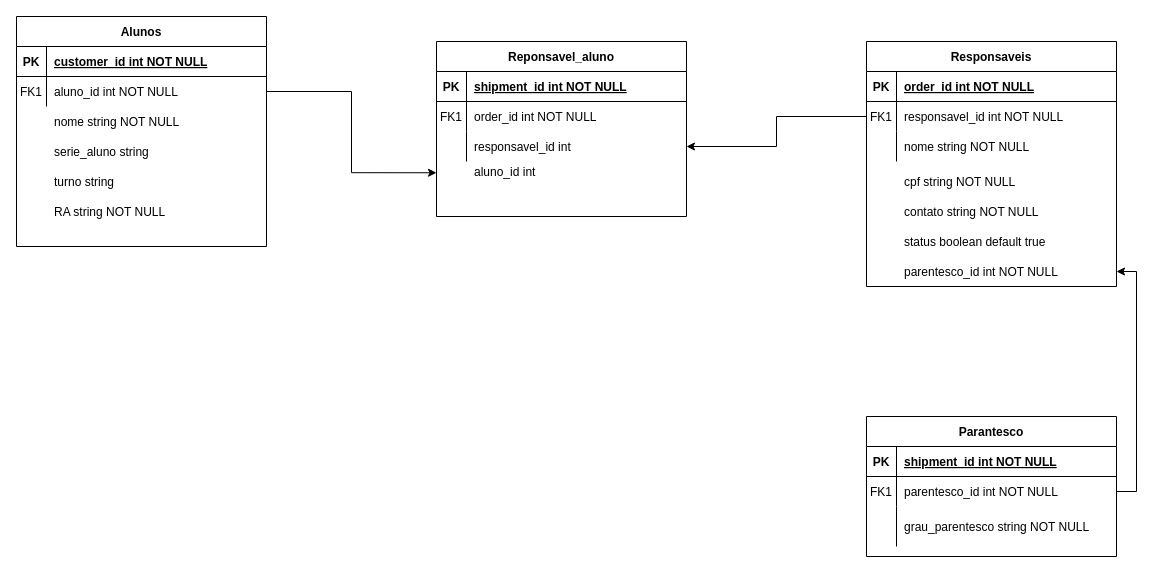
Earlier version of the draw.io diagram Untitled Diagram.drawio (giaritssa/PASS-CARD-KIDS). Source tidied: cells renumbered, new cells numbered last; positions are measured from the earlier drawing's top-left corner, leaving out a move shared by most shapes. Both pictures are drawn from the tidied source at 100%, with x=0, y=0 at pixel (16, 16).
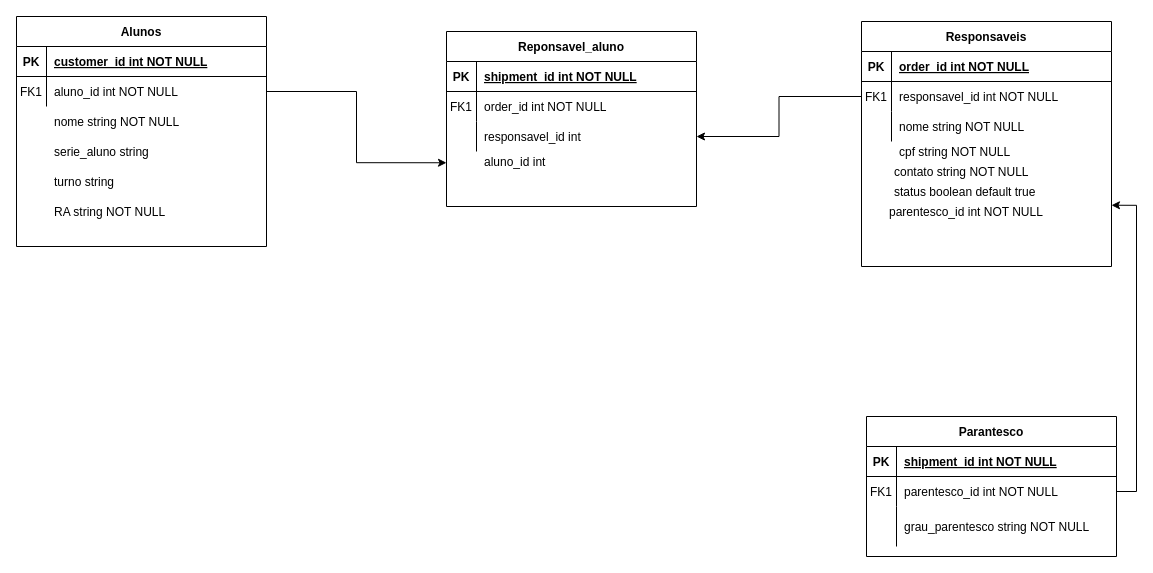
After the change.

Unchanged cells that the change refers to:
```xml
<mxCell id="6" style="shape=partialRectangle;fillColor=none;points=[[0,0.5],[1,0.5]];portConstraint=eastwest;top=0;left=0;right=0;bottom=0;" parent="2" vertex="1">
  <mxGeometry y="60" width="250" height="30" as="geometry" />
</mxCell>
<mxCell id="16" style="shape=partialRectangle;fillColor=none;points=[[0,0.5],[1,0.5]];portConstraint=eastwest;top=0;left=0;right=0;bottom=0;" parent="12" vertex="1">
  <mxGeometry y="60" width="250" height="30" as="geometry" />
</mxCell>
<mxCell id="26" style="shape=partialRectangle;fillColor=none;points=[[0,0.5],[1,0.5]];portConstraint=eastwest;top=0;left=0;right=0;bottom=0;" parent="22" vertex="1">
  <mxGeometry y="60" width="250" height="30" as="geometry" />
</mxCell>
<mxCell id="36" style="shape=partialRectangle;fillColor=none;points=[[0,0.5],[1,0.5]];portConstraint=eastwest;top=0;left=0;right=0;bottom=0;" parent="29" vertex="1">
  <mxGeometry y="90" width="250" height="30" as="geometry" />
</mxCell>
```

What changed in the source:
```diff
@@
     <mxCell id="2" value="Responsaveis" style="shape=table;startSize=30;childLayout=tableLayout;rowLines=0;fontStyle=1;align=center;" parent="1" vertex="1">
-      <mxGeometry x="850" y="25" width="250" height="245" as="geometry" />
+      <mxGeometry x="845" y="5" width="250" height="245" as="geometry" />
     </mxCell>
@@
     <mxCell id="29" value="Reponsavel_aluno" style="shape=table;startSize=30;childLayout=tableLayout;rowLines=0;fontStyle=1;align=center;" parent="1" vertex="1">
-      <mxGeometry x="420" y="25" width="250" height="175" as="geometry" />
+      <mxGeometry x="430" y="15" width="250" height="175" as="geometry" />
     </mxCell>
@@
     <mxCell id="39" value="aluno_id int " style="shape=partialRectangle;overflow=hidden;fillColor=none;top=0;left=0;bottom=0;right=0;align=left;spacingLeft=6;" parent="1" vertex="1">
-      <mxGeometry x="450" y="140" width="220" height="30" as="geometry" />
+      <mxGeometry x="460" y="130" width="220" height="30" as="geometry" />
     </mxCell>
-    <mxCell id="40" style="edgeStyle=orthogonalEdgeStyle;rounded=0;jettySize=auto;html=1;entryX=0;entryY=0.75;entryDx=0;entryDy=0;" parent="1" edge="1" source="26" target="29">
-      <mxGeometry relative="1" as="geometry" />
-    </mxCell>
-    <mxCell id="41" style="edgeStyle=orthogonalEdgeStyle;rounded=0;jettySize=auto;html=1;entryX=1;entryY=0.5;entryDx=0;entryDy=0;" parent="1" edge="1" source="6" target="36">
-      <mxGeometry relative="1" as="geometry" />
-    </mxCell>
     <mxCell id="42" style="shape=partialRectangle;fillColor=none;top=0;left=0;right=0;bottom=0;" parent="1" vertex="1">
-      <mxGeometry x="850" y="150" width="250" height="30" as="geometry" />
+      <mxGeometry x="840" y="110" width="250" height="30" as="geometry" />
     </mxCell>
@@
-    <mxCell id="44" value="cpf string NOT NULL" style="shape=partialRectangle;overflow=hidden;fillColor=none;top=0;left=0;bottom=0;right=0;align=left;spacingLeft=6;" parent="42" vertex="1">
-      <mxGeometry x="30" width="220" height="30" as="geometry" />
-    </mxCell>
     <mxCell id="45" style="shape=partialRectangle;fillColor=none;top=0;left=0;right=0;bottom=0;" parent="1" vertex="1">
-      <mxGeometry x="850" y="180" width="250" height="30" as="geometry" />
+      <mxGeometry x="840" y="140" width="250" height="30" as="geometry" />
     </mxCell>
@@
     <mxCell id="48" style="shape=partialRectangle;fillColor=none;points=[[0,0.5],[1,0.5]];portConstraint=eastwest;top=0;left=0;right=0;bottom=0;" parent="1" vertex="1">
-      <mxGeometry x="850" y="240" width="250" height="30" as="geometry" />
+      <mxGeometry x="860" y="250" width="250" height="90" as="geometry" />
     </mxCell>
     <mxCell id="49" style="shape=partialRectangle;overflow=hidden;fillColor=none;top=0;left=0;bottom=0;right=0;" parent="48" vertex="1">
-      <mxGeometry width="30" height="30" as="geometry" />
+      <mxGeometry width="30" height="90" as="geometry" />
     </mxCell>
-    <mxCell id="50" value="parentesco_id int NOT NULL" style="shape=partialRectangle;overflow=hidden;fillColor=none;top=0;left=0;bottom=0;right=0;align=left;spacingLeft=6;" parent="48" vertex="1">
-      <mxGeometry x="30" width="220" height="30" as="geometry" />
-    </mxCell>
     <mxCell id="51" style="shape=partialRectangle;fillColor=none;top=0;left=0;right=0;bottom=0;" parent="1" vertex="1">
-      <mxGeometry x="850" y="210" width="250" height="30" as="geometry" />
+      <mxGeometry x="840" y="160" width="250" height="30" as="geometry" />
     </mxCell>
@@
-    <mxCell id="54" style="edgeStyle=orthogonalEdgeStyle;rounded=0;jettySize=auto;html=1;entryX=1;entryY=0.5;entryDx=0;entryDy=0;" parent="1" edge="1" source="16" target="48">
-      <mxGeometry relative="1" as="geometry">
-        <Array as="points">
-          <mxPoint x="1120" y="475" />
-          <mxPoint x="1120" y="255" />
-        </Array>
-      </mxGeometry>
-    </mxCell>
@@
+    <mxCell id="50" value="parentesco_id int NOT NULL" style="shape=partialRectangle;overflow=hidden;fillColor=none;top=0;left=0;bottom=0;right=0;align=left;spacingLeft=6;" parent="1" vertex="1">
+      <mxGeometry x="865" y="150" width="220" height="90" as="geometry" />
+    </mxCell>
+    <mxCell id="44" value="cpf string NOT NULL" style="shape=partialRectangle;overflow=hidden;fillColor=none;top=0;left=0;bottom=0;right=0;align=left;spacingLeft=6;" parent="1" vertex="1">
+      <mxGeometry x="875" y="120" width="220" height="30" as="geometry" />
+    </mxCell>
+    <mxCell id="40" style="edgeStyle=orthogonalEdgeStyle;rounded=0;jettySize=auto;html=1;exitX=1;exitY=0.5;exitDx=0;exitDy=0;entryX=0;entryY=0.75;entryDx=0;entryDy=0;" parent="1" edge="1" source="26" target="29">
+      <mxGeometry relative="1" as="geometry" />
+    </mxCell>
+    <mxCell id="41" style="edgeStyle=orthogonalEdgeStyle;rounded=0;jettySize=auto;html=1;exitX=0;exitY=0.5;exitDx=0;exitDy=0;entryX=1;entryY=0.5;entryDx=0;entryDy=0;" parent="1" edge="1" source="6" target="36">
+      <mxGeometry relative="1" as="geometry" />
+    </mxCell>
+    <mxCell id="59" style="edgeStyle=orthogonalEdgeStyle;rounded=0;jettySize=auto;html=1;exitX=1;exitY=0.5;exitDx=0;exitDy=0;entryX=1;entryY=0.75;entryDx=0;entryDy=0;" parent="1" edge="1" source="16" target="2">
+      <mxGeometry relative="1" as="geometry" />
+    </mxCell>
```
